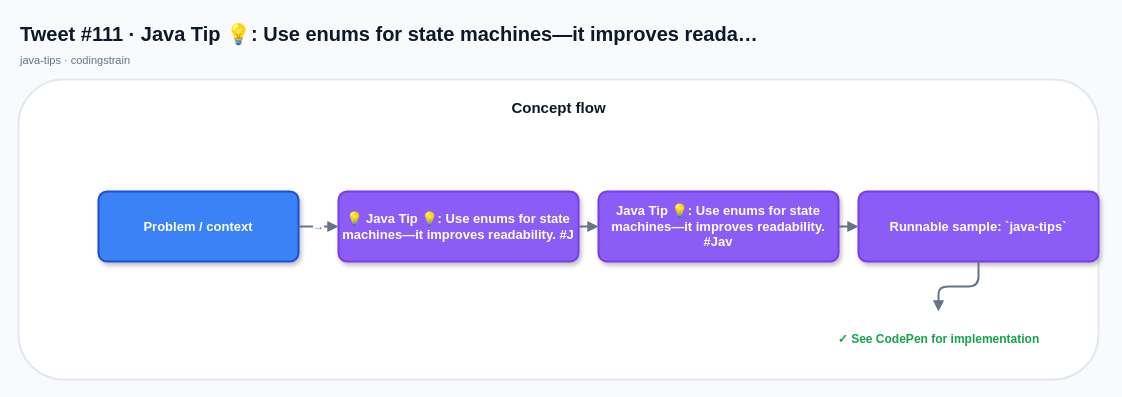
This is x-posts-examples/generated-x-posts/java-posts/drawio/tweet-111.drawio from mcasari/codingstrain, a draw.io file, before an edit. Source tidied: cells renumbered, new cells numbered last; positions are measured from the earlier drawing's top-left corner, leaving out a move shared by most shapes. Both pictures are drawn from the tidied source at 100%, with x=0, y=0 at pixel (18, 17).
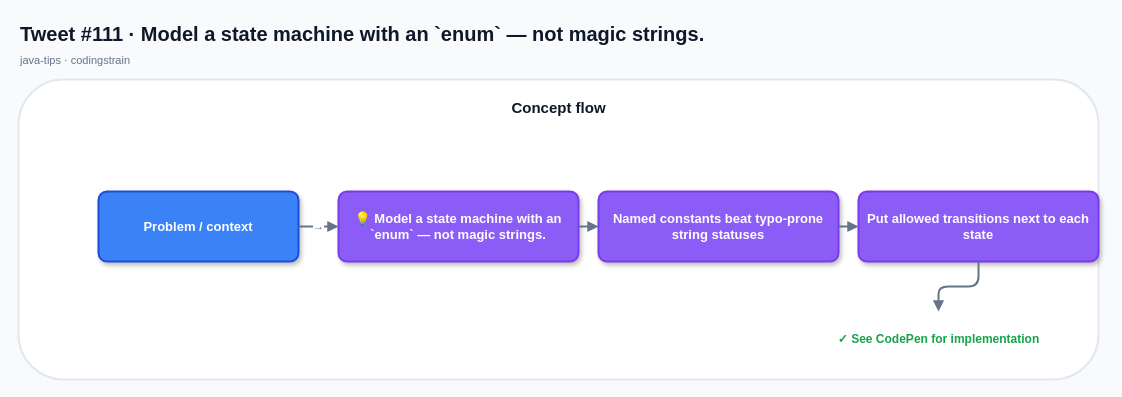
The same page after the edit.

Change to the diagram source:
```diff
@@
 <mxGraphModel background="#F8FAFC">
   <root>
     <mxCell id="0" />
     <mxCell id="1" parent="0" />
-    <mxCell id="2" value="Tweet #111 · Java Tip 💡: Use enums for state machines—it improves reada…" style="text;html=1;strokeColor=none;fillColor=none;align=left;verticalAlign=middle;fontSize=20;fontStyle=1;fontColor=#0F172A;" parent="1" vertex="1">
+    <mxCell id="2" value="Tweet #111 · Model a state machine with an `enum` — not magic strings." style="text;html=1;strokeColor=none;fillColor=none;align=left;verticalAlign=middle;fontSize=20;fontStyle=1;fontColor=#0F172A;" parent="1" vertex="1">
       <mxGeometry width="760" height="32" as="geometry" />
     </mxCell>
     <mxCell id="3" value="java-tips · codingstrain" style="text;html=1;strokeColor=none;fillColor=none;align=left;verticalAlign=middle;fontSize=11;fontStyle=0;fontColor=#64748B;" parent="1" vertex="1">
       <mxGeometry y="32" width="520" height="22" as="geometry" />
     </mxCell>
     <mxCell id="4" style="rounded=1;fillColor=#FFFFFF;strokeColor=#E2E8F0;strokeWidth=2;shadow=0;" parent="1" vertex="1">
       <mxGeometry y="62" width="1080" height="300" as="geometry" />
     </mxCell>
     <mxCell id="5" value="Concept flow" style="text;html=1;strokeColor=none;fillColor=none;align=center;verticalAlign=middle;fontSize=15;fontStyle=1;fontColor=#0F172A;" parent="1" vertex="1">
       <mxGeometry x="20" y="76" width="1040" height="28" as="geometry" />
     </mxCell>
     <mxCell id="6" value="Problem / context" style="rounded=1;whiteSpace=wrap;html=1;arcSize=12;fillColor=#3B82F6;strokeColor=#1D4ED8;strokeWidth=2;fontColor=#FFFFFF;fontSize=13;fontStyle=1;shadow=1;align=center;verticalAlign=middle;" parent="1" vertex="1">
       <mxGeometry x="80" y="174" width="200" height="70" as="geometry" />
     </mxCell>
-    <mxCell id="7" value="💡 Java Tip 💡: Use enums for state machines—it improves readability. #J" style="rounded=1;whiteSpace=wrap;html=1;arcSize=12;fillColor=#8B5CF6;strokeColor=#7C3AED;strokeWidth=2;fontColor=#FFFFFF;fontSize=13;fontStyle=1;shadow=1;align=center;verticalAlign=middle;" parent="1" vertex="1">
+    <mxCell id="7" value="💡 Model a state machine with an `enum` — not magic strings." style="rounded=1;whiteSpace=wrap;html=1;arcSize=12;fillColor=#8B5CF6;strokeColor=#7C3AED;strokeWidth=2;fontColor=#FFFFFF;fontSize=13;fontStyle=1;shadow=1;align=center;verticalAlign=middle;" parent="1" vertex="1">
       <mxGeometry x="320" y="174" width="240" height="70" as="geometry" />
     </mxCell>
     <mxCell id="8" value="→" style="edgeStyle=orthogonalEdgeStyle;rounded=1;jettySize=auto;html=1;endArrow=block;endFill=1;startArrow=none;strokeColor=#64748B;strokeWidth=2;fontColor=#64748B;fontSize=11;" parent="1" edge="1" source="6" target="7">
       <mxGeometry relative="1" as="geometry" />
     </mxCell>
-    <mxCell id="9" value="Java Tip 💡: Use enums for state machines—it improves readability. #Jav" style="rounded=1;whiteSpace=wrap;html=1;arcSize=12;fillColor=#8B5CF6;strokeColor=#7C3AED;strokeWidth=2;fontColor=#FFFFFF;fontSize=13;fontStyle=1;shadow=1;align=center;verticalAlign=middle;" parent="1" vertex="1">
+    <mxCell id="9" value="Named constants beat typo-prone string statuses" style="rounded=1;whiteSpace=wrap;html=1;arcSize=12;fillColor=#8B5CF6;strokeColor=#7C3AED;strokeWidth=2;fontColor=#FFFFFF;fontSize=13;fontStyle=1;shadow=1;align=center;verticalAlign=middle;" parent="1" vertex="1">
       <mxGeometry x="580" y="174" width="240" height="70" as="geometry" />
     </mxCell>
     <mxCell id="10" style="edgeStyle=orthogonalEdgeStyle;rounded=1;jettySize=auto;html=1;endArrow=block;endFill=1;startArrow=none;strokeColor=#64748B;strokeWidth=2;fontColor=#64748B;fontSize=11;" parent="1" edge="1" source="7" target="9">
       <mxGeometry relative="1" as="geometry" />
     </mxCell>
-    <mxCell id="11" value="Runnable sample: `java-tips`" style="rounded=1;whiteSpace=wrap;html=1;arcSize=12;fillColor=#8B5CF6;strokeColor=#7C3AED;strokeWidth=2;fontColor=#FFFFFF;fontSize=13;fontStyle=1;shadow=1;align=center;verticalAlign=middle;" parent="1" vertex="1">
+    <mxCell id="11" value="Put allowed transitions next to each state" style="rounded=1;whiteSpace=wrap;html=1;arcSize=12;fillColor=#8B5CF6;strokeColor=#7C3AED;strokeWidth=2;fontColor=#FFFFFF;fontSize=13;fontStyle=1;shadow=1;align=center;verticalAlign=middle;" parent="1" vertex="1">
       <mxGeometry x="840" y="174" width="240" height="70" as="geometry" />
     </mxCell>
     <mxCell id="12" style="edgeStyle=orthogonalEdgeStyle;rounded=1;jettySize=auto;html=1;endArrow=block;endFill=1;startArrow=none;strokeColor=#64748B;strokeWidth=2;fontColor=#64748B;fontSize=11;" parent="1" edge="1" source="9" target="11">
       <mxGeometry relative="1" as="geometry" />
     </mxCell>
     <mxCell id="13" value="✓ See CodePen for implementation" style="text;html=1;strokeColor=none;fillColor=none;align=center;verticalAlign=middle;fontSize=12;fontStyle=1;fontColor=#16A34A;" parent="1" vertex="1">
       <mxGeometry x="800" y="294" width="240" height="56" as="geometry" />
     </mxCell>
     <mxCell id="14" style="edgeStyle=orthogonalEdgeStyle;rounded=1;jettySize=auto;html=1;endArrow=block;endFill=1;startArrow=none;strokeColor=#64748B;strokeWidth=2;fontColor=#64748B;fontSize=11;" parent="1" edge="1" source="11" target="13">
       <mxGeometry relative="1" as="geometry" />
     </mxCell>
   </root>
 </mxGraphModel>
```
